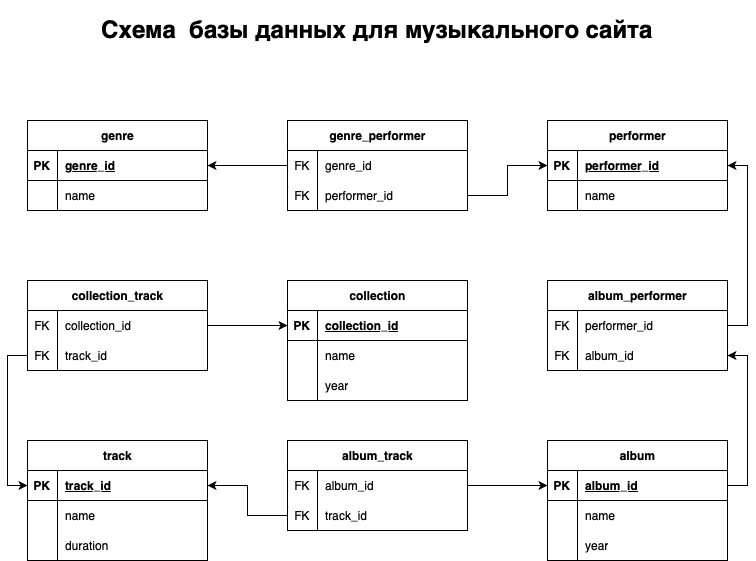
The draw.io diagram MusicSiteDb.png in agness-anshukova/MusicalSite, before a commit. Source tidied: cells renumbered, new cells last; positions are measured from the earlier drawing's top-left corner, leaving out a move shared by most shapes.
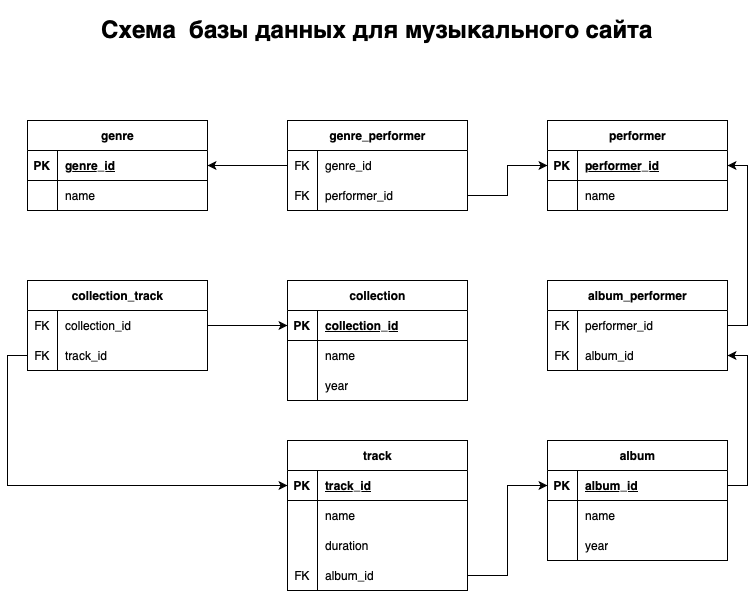
The same diagram one commit later.

Change to the diagram source:
```diff
@@ -129,7 +129,7 @@
       <mxGeometry relative="1" as="geometry" />
     </mxCell>
     <mxCell id="44" value="track" style="shape=table;startSize=30;rowLines=0;fontStyle=1;align=center;html=1;" parent="1" vertex="1">
-      <mxGeometry y="430" width="180" height="120" as="geometry" />
+      <mxGeometry x="260" y="430" width="180" height="150" as="geometry" />
     </mxCell>
     <mxCell id="45" style="shape=tableRow;horizontal=0;startSize=0;swimlaneHead=0;swimlaneBody=0;fillColor=none;points=[[0,0.5],[1,0.5]];portConstraint=eastwest;top=0;left=0;right=0;bottom=1;" parent="44" vertex="1">
       <mxGeometry y="30" width="180" height="30" as="geometry" />
@@ -158,33 +158,15 @@
     <mxCell id="53" value="duration" style="shape=partialRectangle;fillColor=none;top=0;left=0;bottom=0;right=0;align=left;spacingLeft=6;overflow=hidden;whiteSpace=wrap;html=1;" parent="51" vertex="1">
       <mxGeometry x="30" width="150" height="30" as="geometry" />
     </mxCell>
-    <mxCell id="54" value="album_track" style="shape=table;startSize=30;rowLines=0;fontStyle=1;align=center;html=1;" parent="1" vertex="1">
-      <mxGeometry x="260" y="430" width="180" height="90" as="geometry" />
-    </mxCell>
-    <mxCell id="55" style="shape=tableRow;horizontal=0;startSize=0;swimlaneHead=0;swimlaneBody=0;fillColor=none;points=[[0,0.5],[1,0.5]];portConstraint=eastwest;top=0;left=0;right=0;bottom=0;" parent="54" vertex="1">
-      <mxGeometry y="30" width="180" height="30" as="geometry" />
-    </mxCell>
-    <mxCell id="56" value="FK" style="shape=partialRectangle;fillColor=none;top=0;left=0;bottom=0;right=0;fontStyle=0;overflow=hidden;whiteSpace=wrap;html=1;" parent="55" vertex="1">
-      <mxGeometry width="30" height="30" as="geometry" />
-    </mxCell>
+    <mxCell id="83" style="shape=tableRow;horizontal=0;startSize=0;swimlaneHead=0;swimlaneBody=0;fillColor=none;points=[[0,0.5],[1,0.5]];portConstraint=eastwest;top=0;left=0;right=0;bottom=0;" parent="44" vertex="1">
+      <mxGeometry y="120" width="180" height="30" as="geometry" />
+    </mxCell>
+    <mxCell id="84" value="FK" style="shape=partialRectangle;fillColor=none;top=0;left=0;bottom=0;right=0;fontStyle=0;overflow=hidden;whiteSpace=wrap;html=1;" parent="83" vertex="1">
+      <mxGeometry width="30" height="30" as="geometry" />
+    </mxCell>
-    <mxCell id="57" value="album_id" style="shape=partialRectangle;fillColor=none;top=0;left=0;bottom=0;right=0;align=left;spacingLeft=6;fontStyle=0;overflow=hidden;whiteSpace=wrap;html=1;" parent="55" vertex="1">
+    <mxCell id="57" value="album_id" style="shape=partialRectangle;fillColor=none;top=0;left=0;bottom=0;right=0;align=left;spacingLeft=6;fontStyle=0;overflow=hidden;whiteSpace=wrap;html=1;" parent="83" vertex="1">
       <mxGeometry x="30" width="150" height="30" as="geometry" />
     </mxCell>
-    <mxCell id="58" style="shape=tableRow;horizontal=0;startSize=0;swimlaneHead=0;swimlaneBody=0;fillColor=none;points=[[0,0.5],[1,0.5]];portConstraint=eastwest;top=0;left=0;right=0;bottom=0;" parent="54" vertex="1">
-      <mxGeometry y="60" width="180" height="30" as="geometry" />
-    </mxCell>
-    <mxCell id="59" value="FK" style="shape=partialRectangle;fillColor=none;top=0;left=0;bottom=0;right=0;fontStyle=0;overflow=hidden;whiteSpace=wrap;html=1;" parent="58" vertex="1">
-      <mxGeometry width="30" height="30" as="geometry" />
-    </mxCell>
-    <mxCell id="60" value="track_id" style="shape=partialRectangle;fillColor=none;top=0;left=0;bottom=0;right=0;align=left;spacingLeft=6;fontStyle=0;overflow=hidden;whiteSpace=wrap;html=1;" parent="58" vertex="1">
-      <mxGeometry x="30" width="150" height="30" as="geometry" />
-    </mxCell>
-    <mxCell id="61" style="edgeStyle=orthogonalEdgeStyle;rounded=0;jettySize=auto;html=1;exitX=0;exitY=0.5;exitDx=0;exitDy=0;entryX=1;entryY=0.5;entryDx=0;entryDy=0;" parent="1" edge="1" source="58" target="45">
-      <mxGeometry relative="1" as="geometry" />
-    </mxCell>
-    <mxCell id="62" style="edgeStyle=orthogonalEdgeStyle;rounded=0;jettySize=auto;html=1;exitX=1;exitY=0.5;exitDx=0;exitDy=0;entryX=0;entryY=0.5;entryDx=0;entryDy=0;" parent="1" edge="1" source="55" target="34">
-      <mxGeometry relative="1" as="geometry" />
-    </mxCell>
     <mxCell id="63" value="collection_track" style="shape=table;startSize=30;rowLines=0;fontStyle=1;align=center;html=1;" parent="1" vertex="1">
       <mxGeometry y="270" width="180" height="90" as="geometry" />
     </mxCell>
@@ -245,5 +227,8 @@
     <mxCell id="82" value="&lt;h1&gt;Схема &amp;nbsp;базы данных для музыкального сайта&lt;/h1&gt;" style="text;html=1;strokeColor=none;fillColor=none;spacing=5;spacingTop=-20;whiteSpace=wrap;overflow=hidden;rounded=0;align=center;" parent="1" vertex="1">
       <mxGeometry x="30" width="640" height="50" as="geometry" />
     </mxCell>
+    <mxCell id="85" style="edgeStyle=orthogonalEdgeStyle;rounded=0;jettySize=auto;html=1;exitX=1;exitY=0.5;exitDx=0;exitDy=0;entryX=0;entryY=0.5;entryDx=0;entryDy=0;" parent="1" edge="1" source="83" target="34">
+      <mxGeometry relative="1" as="geometry" />
+    </mxCell>
   </root>
 </mxGraphModel>
```
